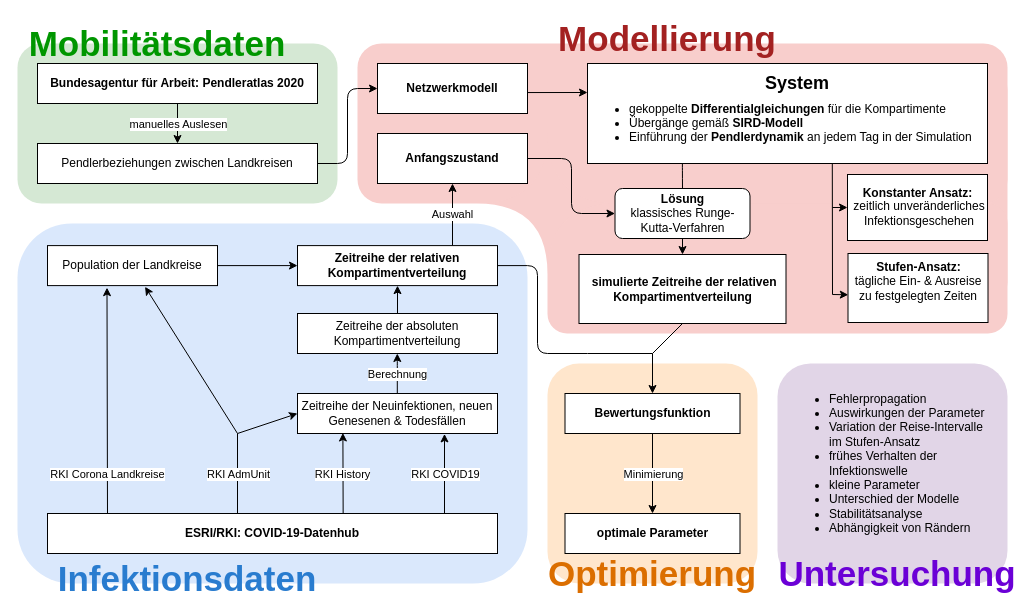
This is Media/Flowchart.drawio from torbensun/Modeling-Of-Epidemics-With-Compartmental-And-Network-Models, a draw.io file, before an edit. Source tidied: cells renumbered, new cells numbered last; positions are measured from the earlier drawing's top-left corner, leaving out a move shared by most shapes. Both pictures are drawn from the tidied source at 100%, with x=0, y=0 at pixel (17, 28).
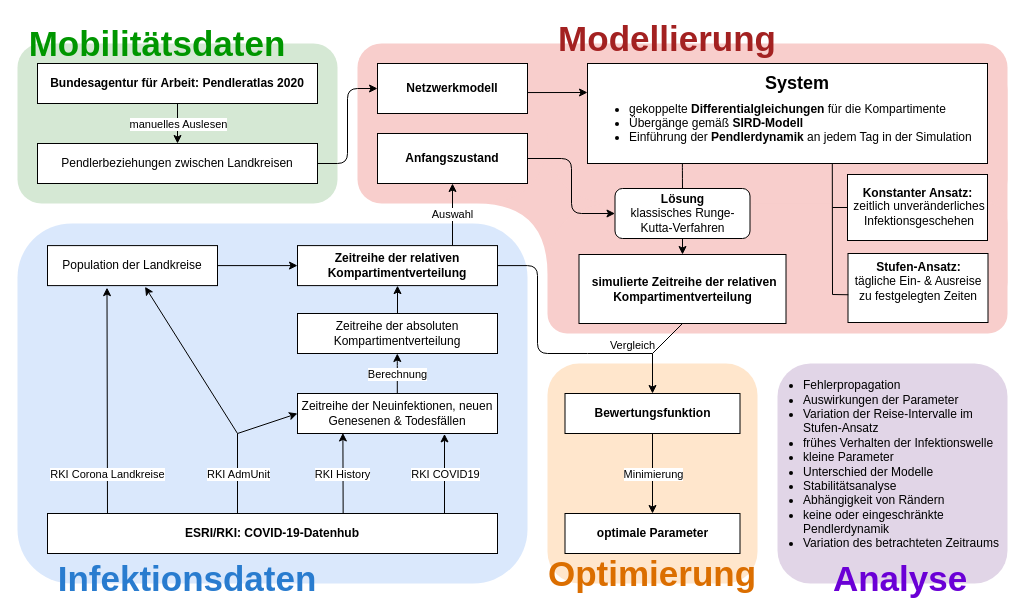
The same page after the edit.

Unchanged cells that the change refers to:
```xml
<mxCell id="35" style="endArrow=classic;html=1;exitX=0.775;exitY=-0.006;exitDx=0;exitDy=0;exitPerimeter=0;entryX=0.5;entryY=1;entryDx=0;entryDy=0;" parent="1" edge="1" source="15" target="33">
  <mxGeometry relative="1" as="geometry" />
</mxCell>
<mxCell id="49" style="rounded=0;whiteSpace=wrap;html=1;fontSize=12;fontColor=#000000;strokeColor=#000000;strokeWidth=1;verticalAlign=middle;" parent="1" vertex="1">
  <mxGeometry x="830" y="146" width="140" height="66" as="geometry" />
</mxCell>
<mxCell id="52" style="rounded=0;whiteSpace=wrap;html=1;fontSize=12;fontColor=#000000;strokeColor=#000000;strokeWidth=1;verticalAlign=middle;" parent="1" vertex="1">
  <mxGeometry x="830.5" y="225" width="140" height="69" as="geometry" />
</mxCell>
```

The edit, as a diff of the source:
```diff
@@
+    <mxCell id="70" value="Vergleich" style="edgeLabel;html=1;align=center;verticalAlign=middle;" parent="35" vertex="1">
+      <mxGeometry relative="1" as="geometry">
+        <mxPoint x="179" y="131" as="offset" />
+      </mxGeometry>
+    </mxCell>
@@
-    <mxCell id="46" value="&lt;font color=&quot;#6b00d6&quot;&gt;Untersuchung&lt;/font&gt;" style="text;strokeColor=none;fillColor=none;align=center;verticalAlign=middle;rounded=0;horizontal=1;labelBorderColor=none;whiteSpace=wrap;html=1;fontSize=35;fontStyle=1;fontColor=#297CCF;" parent="1" vertex="1">
-      <mxGeometry x="860" y="535" width="40" height="20" as="geometry" />
+    <mxCell id="46" value="&lt;font color=&quot;#6b00d6&quot;&gt;Analyse&lt;/font&gt;" style="text;strokeColor=none;fillColor=none;align=center;verticalAlign=middle;rounded=0;horizontal=1;labelBorderColor=none;whiteSpace=wrap;html=1;fontSize=35;fontStyle=1;fontColor=#297CCF;" parent="1" vertex="1">
+      <mxGeometry x="863" y="540" width="40" height="20" as="geometry" />
     </mxCell>
-    <mxCell id="47" value="&lt;ul&gt;&lt;li&gt;Fehlerpropagation&lt;/li&gt;&lt;li&gt;Auswirkungen der Parameter&lt;/li&gt;&lt;li&gt;Variation der Reise-Intervalle im Stufen-Ansatz&lt;/li&gt;&lt;li&gt;frühes Verhalten der Infektionswelle&lt;/li&gt;&lt;li&gt;kleine Parameter&lt;/li&gt;&lt;li&gt;Unterschied der Modelle&lt;/li&gt;&lt;li&gt;Stabilitätsanalyse&lt;/li&gt;&lt;li&gt;Abhängigkeit von Rändern&lt;/li&gt;&lt;/ul&gt;" style="text;strokeColor=none;fillColor=none;html=1;whiteSpace=wrap;verticalAlign=middle;overflow=hidden;fontSize=12;fontColor=#000000;" parent="1" vertex="1">
-      <mxGeometry x="770" y="345" width="210" height="180" as="geometry" />
+    <mxCell id="47" value="&lt;ul&gt;&lt;li&gt;Fehlerpropagation&lt;/li&gt;&lt;li&gt;Auswirkungen der Parameter&lt;/li&gt;&lt;li&gt;Variation der Reise-Intervalle im Stufen-Ansatz&lt;/li&gt;&lt;li&gt;frühes Verhalten der Infektionswelle&lt;/li&gt;&lt;li&gt;kleine Parameter&lt;/li&gt;&lt;li&gt;Unterschied der Modelle&lt;/li&gt;&lt;li&gt;Stabilitätsanalyse&lt;/li&gt;&lt;li&gt;Abhängigkeit von Rändern&lt;/li&gt;&lt;li&gt;keine oder eingeschränkte Pendlerdynamik&lt;/li&gt;&lt;li&gt;Variation des betrachteten Zeitraums&lt;/li&gt;&lt;/ul&gt;" style="text;strokeColor=none;fillColor=none;html=1;whiteSpace=wrap;verticalAlign=middle;overflow=hidden;fontSize=12;fontColor=#000000;" parent="1" vertex="1">
+      <mxGeometry x="744" y="329" width="238" height="213" as="geometry" />
     </mxCell>
@@
-    <mxCell id="55" style="endArrow=classic;html=1;fontSize=12;fontColor=#000000;entryX=0;entryY=0.5;entryDx=0;entryDy=0;" parent="1" edge="1" target="49">
+    <mxCell id="55" style="endArrow=none;html=1;fontSize=12;fontColor=#000000;entryX=0;entryY=0.5;entryDx=0;entryDy=0;endFill=0;" parent="1" edge="1" target="49">
       <mxGeometry relative="1" as="geometry">
         <mxPoint x="815" y="179" as="sourcePoint" />
       </mxGeometry>
     </mxCell>
@@
-    <mxCell id="57" style="endArrow=classic;html=1;fontSize=12;fontColor=#000000;entryX=0.002;entryY=0.598;entryDx=0;entryDy=0;entryPerimeter=0;" parent="1" edge="1" target="52">
+    <mxCell id="57" style="endArrow=none;html=1;fontSize=12;fontColor=#000000;entryX=0.002;entryY=0.598;entryDx=0;entryDy=0;entryPerimeter=0;endFill=0;" parent="1" edge="1" target="52">
       <mxGeometry relative="1" as="geometry">
         <mxPoint x="815" y="266" as="sourcePoint" />
       </mxGeometry>
     </mxCell>
```
